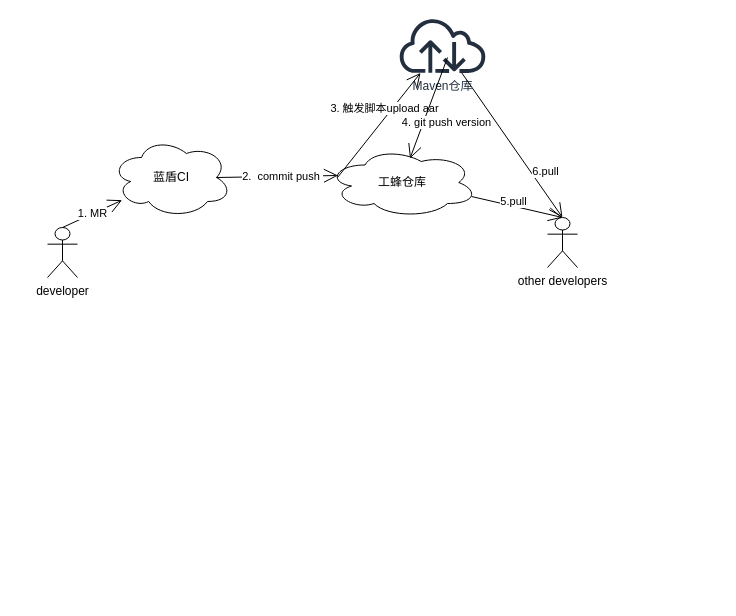
Earlier version of the draw.io diagram page "aar化整体流程图" (16 of 23) of T9.drawio (shinecjj/UML). Source tidied: cells renumbered, new cells numbered last; positions are measured from the earlier drawing's top-left corner, leaving out a move shared by most shapes. Both pictures are drawn from the tidied source at 100%, with x=0, y=0 at pixel (47, 17).
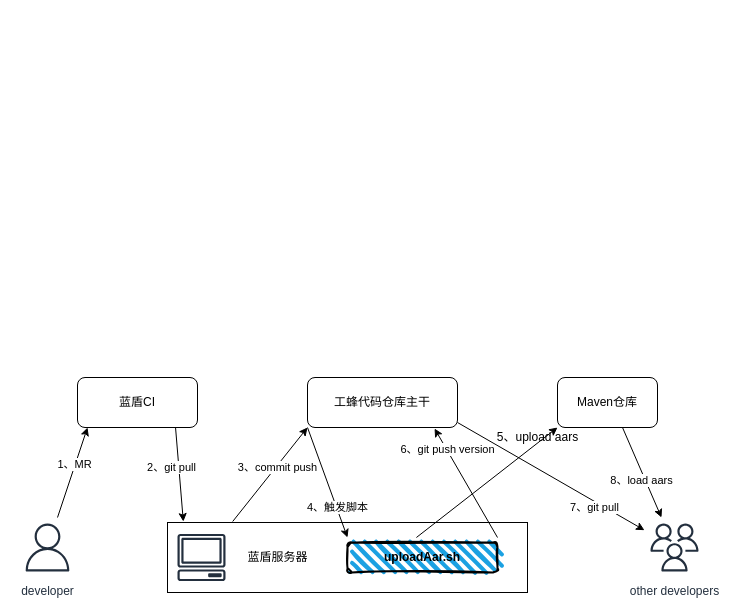
The same diagram, later.

Diff of the diagram source:
```diff
@@
+    <mxCell id="10" value="other developers" style="outlineConnect=0;fontColor=#232F3E;gradientColor=none;strokeColor=#232F3E;fillColor=#ffffff;dashed=0;verticalLabelPosition=bottom;verticalAlign=top;align=center;html=1;fontSize=12;fontStyle=0;shape=mxgraph.aws4.resourceIcon;resIcon=mxgraph.aws4.users;" parent="1" vertex="1">
+      <mxGeometry x="597" y="500" width="60" height="60" as="geometry" />
+    </mxCell>
-    <mxCell id="2" value="developer" style="shape=umlActor;verticalLabelPosition=bottom;verticalAlign=top;html=1;outlineConnect=0;strokeColor=#000000;fillColor=none;" parent="1" vertex="1">
-      <mxGeometry y="210" width="30" height="50" as="geometry" />
+    <mxCell id="2" value="developer" style="outlineConnect=0;fontColor=#232F3E;gradientColor=none;strokeColor=#232F3E;fillColor=#ffffff;dashed=0;verticalLabelPosition=bottom;verticalAlign=top;align=center;html=1;fontSize=12;fontStyle=0;shape=mxgraph.aws4.resourceIcon;resIcon=mxgraph.aws4.user;" parent="1" vertex="1">
+      <mxGeometry x="-30" y="500" width="60" height="60" as="geometry" />
     </mxCell>
-    <mxCell id="3" value="工蜂仓库" style="ellipse;shape=cloud;whiteSpace=wrap;html=1;strokeColor=#000000;fillColor=none;" parent="1" vertex="1">
-      <mxGeometry x="280" y="130" width="150" height="70" as="geometry" />
-    </mxCell>
-    <mxCell id="4" value="1. MR" style="endArrow=open;endFill=1;endSize=12;html=1;exitX=0.5;exitY=0;exitDx=0;exitDy=0;exitPerimeter=0;" parent="1" edge="1" source="2" target="5">
-      <mxGeometry relative="1" as="geometry" />
-    </mxCell>
-    <mxCell id="5" value="蓝盾CI" style="ellipse;shape=cloud;whiteSpace=wrap;html=1;strokeColor=#000000;fillColor=none;" parent="1" vertex="1">
-      <mxGeometry x="64" y="120" width="120" height="80" as="geometry" />
+    <mxCell id="5" value="蓝盾CI" style="rounded=1;whiteSpace=wrap;html=1;strokeColor=#000000;fillColor=none;" parent="1" vertex="1">
+      <mxGeometry x="30" y="360" width="120" height="50" as="geometry" />
     </mxCell>
-    <mxCell id="6" value="3. 触发脚本upload aar" style="endArrow=open;endFill=1;endSize=12;html=1;" parent="1" edge="1" target="8">
-      <mxGeometry x="0.24" y="6" relative="1" as="geometry">
-        <mxPoint x="290" y="160" as="sourcePoint" />
-      </mxGeometry>
-    </mxCell>
-    <mxCell id="7" value="2.&amp;nbsp; commit push&amp;nbsp;" style="endArrow=open;endFill=1;endSize=12;html=1;entryX=0.07;entryY=0.4;entryDx=0;entryDy=0;entryPerimeter=0;exitX=0.875;exitY=0.5;exitDx=0;exitDy=0;exitPerimeter=0;" parent="1" edge="1" source="5" target="3">
-      <mxGeometry x="0.09" relative="1" as="geometry" />
-    </mxCell>
+    <mxCell id="13" value="工蜂代码仓库主干" style="rounded=1;whiteSpace=wrap;html=1;strokeColor=#000000;fillColor=none;" parent="1" vertex="1">
+      <mxGeometry x="260" y="360" width="150" height="50" as="geometry" />
+    </mxCell>
-    <mxCell id="8" value="Maven仓库" style="outlineConnect=0;fontColor=#232F3E;gradientColor=none;fillColor=#232F3E;strokeColor=none;dashed=0;verticalLabelPosition=bottom;verticalAlign=top;align=center;html=1;fontSize=12;fontStyle=0;shape=mxgraph.aws4.internet;" parent="1" vertex="1">
-      <mxGeometry x="350" width="90" height="55.4" as="geometry" />
+    <mxCell id="8" value="Maven仓库" style="rounded=1;whiteSpace=wrap;html=1;strokeColor=#000000;fillColor=none;" parent="1" vertex="1">
+      <mxGeometry x="510" y="360" width="100" height="50" as="geometry" />
     </mxCell>
-    <mxCell id="9" value="4. git push version" style="endArrow=open;endFill=1;endSize=12;html=1;entryX=0.55;entryY=0.157;entryDx=0;entryDy=0;entryPerimeter=0;" parent="1" edge="1" target="3">
-      <mxGeometry x="0.16" y="21" relative="1" as="geometry">
-        <mxPoint x="400" y="40" as="sourcePoint" />
-        <mxPoint x="1" as="offset" />
-      </mxGeometry>
-    </mxCell>
-    <mxCell id="10" value="other developers" style="shape=umlActor;verticalLabelPosition=bottom;verticalAlign=top;html=1;outlineConnect=0;strokeColor=#000000;fillColor=none;" parent="1" vertex="1">
-      <mxGeometry x="500" y="200" width="30" height="50" as="geometry" />
-    </mxCell>
-    <mxCell id="11" value="5.pull" style="endArrow=open;endFill=1;endSize=12;html=1;entryX=0.5;entryY=0;entryDx=0;entryDy=0;entryPerimeter=0;exitX=0.96;exitY=0.7;exitDx=0;exitDy=0;exitPerimeter=0;" parent="1" edge="1" source="3" target="10">
-      <mxGeometry x="-0.1" y="5" relative="1" as="geometry" />
-    </mxCell>
-    <mxCell id="12" value="6.pull" style="endArrow=open;endFill=1;endSize=12;html=1;" parent="1" edge="1" source="8">
-      <mxGeometry x="0.46" y="12" relative="1" as="geometry">
-        <mxPoint x="515" y="200" as="targetPoint" />
-      </mxGeometry>
-    </mxCell>
+    <mxCell id="14" value="3、commit push" style="endArrow=classic;html=1;fillColor=none;exitX=0.181;exitY=-0.014;exitDx=0;exitDy=0;exitPerimeter=0;" parent="1" edge="1" source="16">
+      <mxGeometry x="0.17" y="-1" relative="1" as="geometry">
+        <mxPoint x="260" y="410" as="targetPoint" />
+      </mxGeometry>
+    </mxCell>
+    <mxCell id="15" value="4、触发脚本" style="endArrow=classic;html=1;fillColor=none;" parent="1" edge="1">
+      <mxGeometry x="0.46" y="1" relative="1" as="geometry">
+        <mxPoint x="260" y="410" as="sourcePoint" />
+        <mxPoint x="300" y="520" as="targetPoint" />
+      </mxGeometry>
+    </mxCell>
+    <mxCell id="16" style="rounded=0;whiteSpace=wrap;html=1;strokeColor=#000000;fillColor=none;" parent="1" vertex="1">
+      <mxGeometry x="120" y="505" width="360" height="70" as="geometry" />
+    </mxCell>
+    <mxCell id="17" value="蓝盾服务器" style="text;html=1;align=center;verticalAlign=middle;strokeColor=none;" parent="1" vertex="1">
+      <mxGeometry x="190" y="530" width="80" height="20" as="geometry" />
+    </mxCell>
+    <mxCell id="18" value="6、git push version" style="endArrow=classic;html=1;fillColor=none;entryX=0.847;entryY=1.02;entryDx=0;entryDy=0;entryPerimeter=0;" parent="1" edge="1" target="13">
+      <mxGeometry x="0.61" y="-1" relative="1" as="geometry">
+        <mxPoint x="450" y="520" as="sourcePoint" />
+      </mxGeometry>
+    </mxCell>
+    <mxCell id="19" style="endArrow=classic;html=1;fillColor=none;exitX=0.5;exitY=0;exitDx=0;exitDy=0;entryX=0;entryY=1;entryDx=0;entryDy=0;" parent="1" edge="1" target="8">
+      <mxGeometry relative="1" as="geometry">
+        <mxPoint x="368.9" y="520" as="sourcePoint" />
+      </mxGeometry>
+    </mxCell>
+    <mxCell id="20" style="fontColor=#232F3E;gradientColor=none;strokeColor=#232F3E;fillColor=#ffffff;dashed=0;verticalLabelPosition=bottom;verticalAlign=top;align=center;html=1;fontSize=12;fontStyle=0;shape=mxgraph.aws4.resourceIcon;resIcon=mxgraph.aws4.client;" parent="1" vertex="1">
+      <mxGeometry x="124" y="510" width="60" height="60" as="geometry" />
+    </mxCell>
+    <mxCell id="21" value="5、upload aars" style="text;html=1;align=center;verticalAlign=middle;strokeColor=none;" parent="1" vertex="1">
+      <mxGeometry x="440" y="410" width="100" height="20" as="geometry" />
+    </mxCell>
+    <mxCell id="22" style="endArrow=classic;html=1;fillColor=none;" parent="1" edge="1" target="10">
+      <mxGeometry relative="1" as="geometry">
+        <mxPoint x="575" y="410" as="sourcePoint" />
+      </mxGeometry>
+    </mxCell>
+    <mxCell id="23" value="8、load aars" style="edgeLabel;html=1;align=center;verticalAlign=middle;" parent="22" vertex="1">
+      <mxGeometry x="0.12" y="-4" relative="1" as="geometry" />
+    </mxCell>
+    <mxCell id="24" style="endArrow=classic;html=1;fillColor=none;" parent="1" edge="1" target="10">
+      <mxGeometry relative="1" as="geometry">
+        <mxPoint x="410" y="405" as="sourcePoint" />
+      </mxGeometry>
+    </mxCell>
+    <mxCell id="25" value="7、git pull" style="edgeLabel;html=1;align=center;verticalAlign=middle;" parent="24" vertex="1">
+      <mxGeometry x="0.12" y="-4" relative="1" as="geometry">
+        <mxPoint x="34" y="21" as="offset" />
+      </mxGeometry>
+    </mxCell>
+    <mxCell id="26" style="endArrow=classic;html=1;fillColor=none;" parent="1" edge="1" source="2">
+      <mxGeometry relative="1" as="geometry">
+        <mxPoint x="40" y="410" as="targetPoint" />
+      </mxGeometry>
+    </mxCell>
+    <mxCell id="27" value="1、MR" style="edgeLabel;html=1;align=center;verticalAlign=middle;" parent="26" vertex="1">
+      <mxGeometry x="0.18" y="1" relative="1" as="geometry" />
+    </mxCell>
+    <mxCell id="28" style="endArrow=classic;html=1;fillColor=none;exitX=0.817;exitY=1;exitDx=0;exitDy=0;exitPerimeter=0;entryX=0.044;entryY=-0.014;entryDx=0;entryDy=0;entryPerimeter=0;" parent="1" edge="1" source="5" target="16">
+      <mxGeometry relative="1" as="geometry" />
+    </mxCell>
+    <mxCell id="29" value="2、git pull" style="edgeLabel;html=1;align=center;verticalAlign=middle;" parent="28" vertex="1">
+      <mxGeometry x="0.18" y="1" relative="1" as="geometry">
+        <mxPoint x="-10" y="-16" as="offset" />
+      </mxGeometry>
+    </mxCell>
+    <mxCell id="30" value="&lt;b&gt;uploadAar.sh&lt;/b&gt;" style="rounded=1;whiteSpace=wrap;html=1;strokeWidth=2;fillWeight=4;hachureGap=8;hachureAngle=45;fillColor=#1ba1e2;sketch=1;" parent="1" vertex="1">
+      <mxGeometry x="300" y="525" width="150" height="30" as="geometry" />
+    </mxCell>
```
